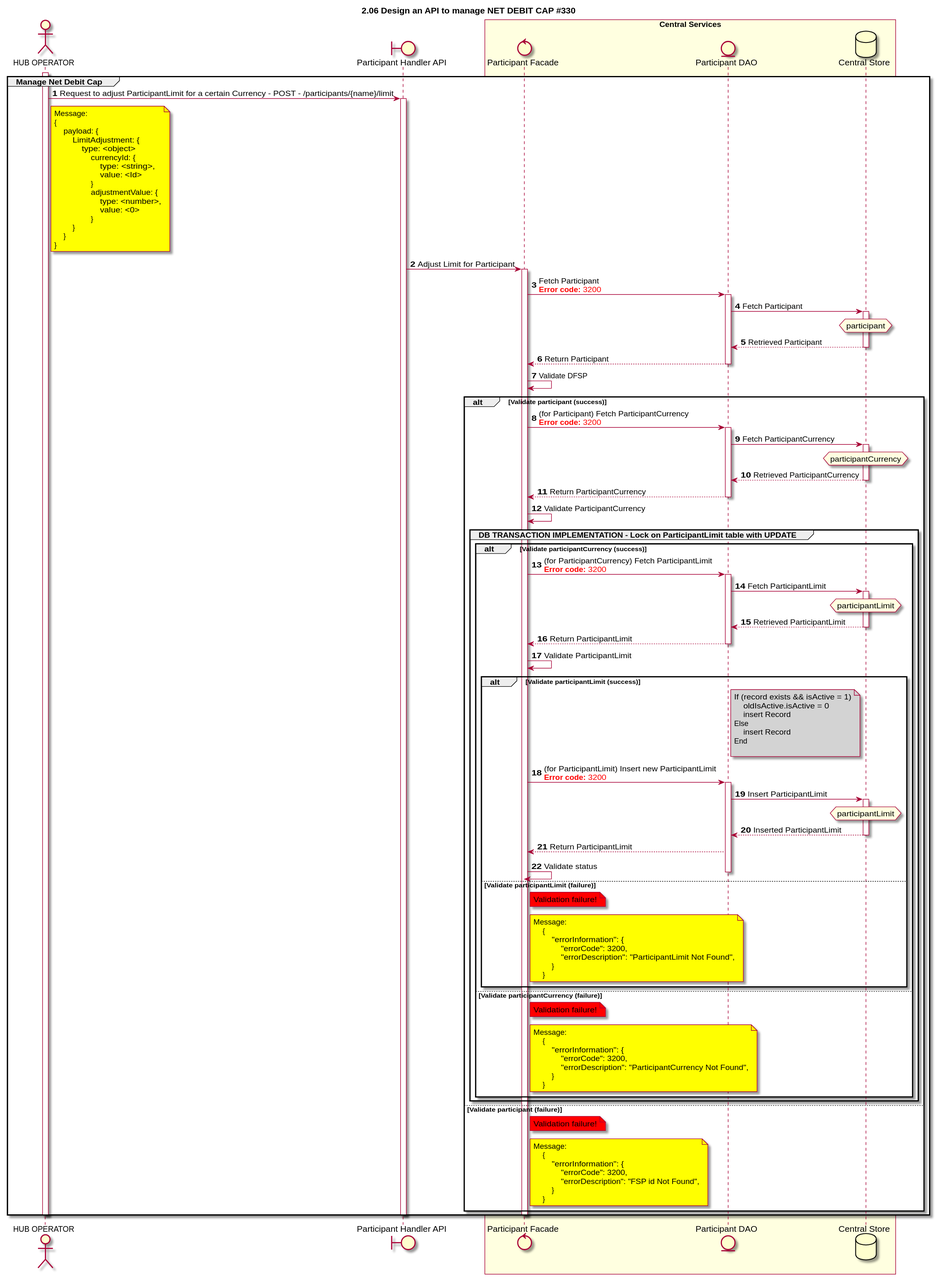
This is CentralServices/seq_diagrams/participant/manage_participant_limit.svg from ggrg/docs, a PlantUML export, as it was before one commit. Source of this version:
```plantuml
@startuml
title 2.06 Design an API to manage NET DEBIT CAP #330

autonumber

actor "HUB OPERATOR" as OPERATOR
boundary "Participant Handler API" as PartHAPI
control "Participant Facade" as PARTICIPANT_FACADE
entity "Participant DAO" as PARTICIPANT_DAO
database "Central Store" as DB

box "Central Services" #LightYellow
participant PARTICIPANT_FACADE
participant PARTICIPANT_DAO
participant DB
end box


activate OPERATOR
group Manage Net Debit Cap
    OPERATOR -> PartHAPI: Request to adjust ParticipantLimit for a certain Currency - POST - /participants/{name}/limit
    note right of OPERATOR #yellow
        Message:
        {
            payload: {
                LimitAdjustment: {
                    type: <object>
                        currencyId: {
                            type: <string>,
                            value: <Id>
                        }
                        adjustmentValue: {
                            type: <number>,
                            value: <0>
                        }
                }
            }
        }
    end note

    activate PartHAPI
    PartHAPI -> PARTICIPANT_FACADE: Adjust Limit for Participant
    activate PARTICIPANT_FACADE
    PARTICIPANT_FACADE ->PARTICIPANT_DAO: Fetch Participant \n<color #FF0000><b>Error code:</b> 3200</color>
    activate PARTICIPANT_DAO
    PARTICIPANT_DAO -> DB: Fetch Participant
    activate DB
    hnote over DB #lightyellow
        participant
    end note
    DB --> PARTICIPANT_DAO: Retrieved Participant
    deactivate DB
    PARTICIPANT_DAO --> PARTICIPANT_FACADE: Return Participant
    deactivate PARTICIPANT_DAO
    PARTICIPANT_FACADE -> PARTICIPANT_FACADE: Validate DFSP
    alt Validate participant (success)
        PARTICIPANT_FACADE ->PARTICIPANT_DAO:  (for Participant) Fetch ParticipantCurrency \n<color #FF0000><b>Error code:</b> 3200</color>
        activate PARTICIPANT_DAO
        PARTICIPANT_DAO -> DB: Fetch ParticipantCurrency
        activate DB
        hnote over DB #lightyellow
            participantCurrency
        end note
        DB --> PARTICIPANT_DAO: Retrieved ParticipantCurrency
        deactivate DB
        PARTICIPANT_DAO --> PARTICIPANT_FACADE: Return ParticipantCurrency
        deactivate PARTICIPANT_DAO
        PARTICIPANT_FACADE->PARTICIPANT_FACADE: Validate ParticipantCurrency
        Group DB TRANSACTION IMPLEMENTATION - Lock on ParticipantLimit table with UPDATE
            alt Validate participantCurrency (success)
                PARTICIPANT_FACADE ->PARTICIPANT_DAO:  (for ParticipantCurrency) Fetch ParticipantLimit \n<color #FF0000><b>Error code:</b> 3200</color>
                activate PARTICIPANT_DAO
                PARTICIPANT_DAO -> DB: Fetch ParticipantLimit
                activate DB
                hnote over DB #lightyellow
                    participantLimit
                end note
                DB --> PARTICIPANT_DAO: Retrieved ParticipantLimit
                deactivate DB
                PARTICIPANT_DAO --> PARTICIPANT_FACADE: Return ParticipantLimit
                deactivate PARTICIPANT_DAO
                PARTICIPANT_FACADE -> PARTICIPANT_FACADE: Validate ParticipantLimit
                alt Validate participantLimit (success)
                    note right of PARTICIPANT_DAO #lightgrey
                        If (record exists && isActive = 1)
                            oldIsActive.isActive = 0
                            insert Record
                        Else
                            insert Record
                        End

                    end note

                    PARTICIPANT_FACADE ->PARTICIPANT_DAO:  (for ParticipantLimit) Insert new ParticipantLimit \n<color #FF0000><b>Error code:</b> 3200</color>

                    activate PARTICIPANT_DAO

                    PARTICIPANT_DAO -> DB: Insert ParticipantLimit
                    activate DB
                    hnote over DB #lightyellow
                        participantLimit
                    end note
                    DB --> PARTICIPANT_DAO: Inserted ParticipantLimit
                    deactivate DB
                    PARTICIPANT_DAO --> PARTICIPANT_FACADE: Return ParticipantLimit

                    PARTICIPANT_FACADE -> PARTICIPANT_FACADE: Validate status

                    deactivate PARTICIPANT_DAO
                else Validate participantLimit (failure)
                    note right of PARTICIPANT_FACADE #red: Validation failure!

                    note right of PARTICIPANT_FACADE #yellow
                        Message:
                            {
                                "errorInformation": {
                                    "errorCode": 3200,
                                    "errorDescription": "ParticipantLimit Not Found",
                                }
                            }
                    end note
                end
            else Validate participantCurrency (failure)
                note right of PARTICIPANT_FACADE #red: Validation failure!

                note right of PARTICIPANT_FACADE #yellow
                    Message:
                        {
                            "errorInformation": {
                                "errorCode": 3200,
                                "errorDescription": "ParticipantCurrency Not Found",
                            }
                        }
                end note
            end

        End

    else Validate participant (failure)
        note right of PARTICIPANT_FACADE #red: Validation failure!

        note right of PARTICIPANT_FACADE #yellow
            Message:
                {
                    "errorInformation": {
                        "errorCode": 3200,
                        "errorDescription": "FSP id Not Found",
                    }
                }
        end note

    end

    deactivate PARTICIPANT_FACADE
    deactivate PartHAPI
    deactivate OPERATOR
end
@enduml
```
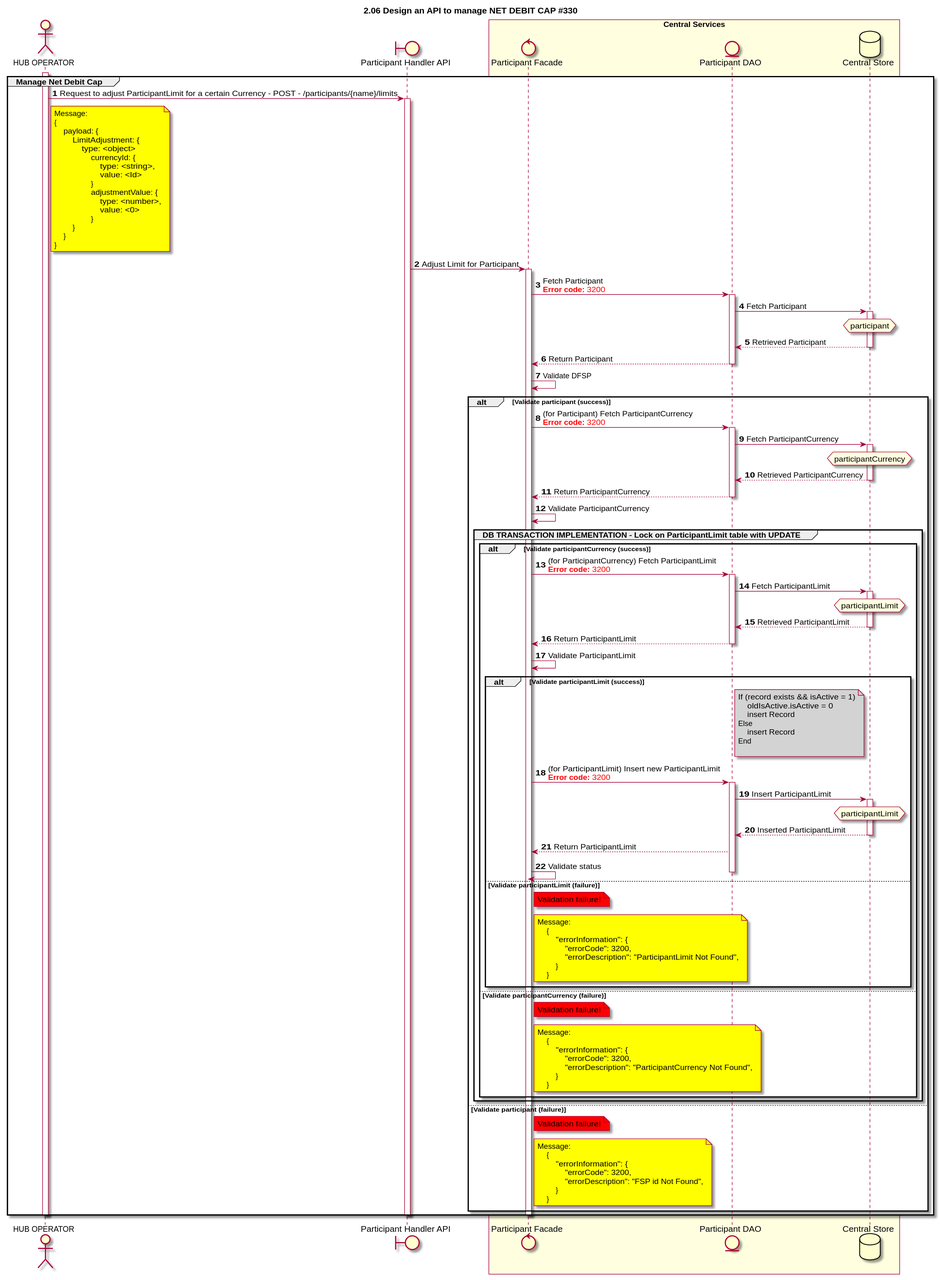
The same file after the commit.

Diff of the diagram source:
```diff
@@ -18,7 +18,7 @@
 
 activate OPERATOR
 group Manage Net Debit Cap
-    OPERATOR -> PartHAPI: Request to adjust ParticipantLimit for a certain Currency - POST - /participants/{name}/limit
+    OPERATOR -> PartHAPI: Request to adjust ParticipantLimit for a certain Currency - POST - /participants/{name}/limits
     note right of OPERATOR #yellow
         Message:
         {
```
